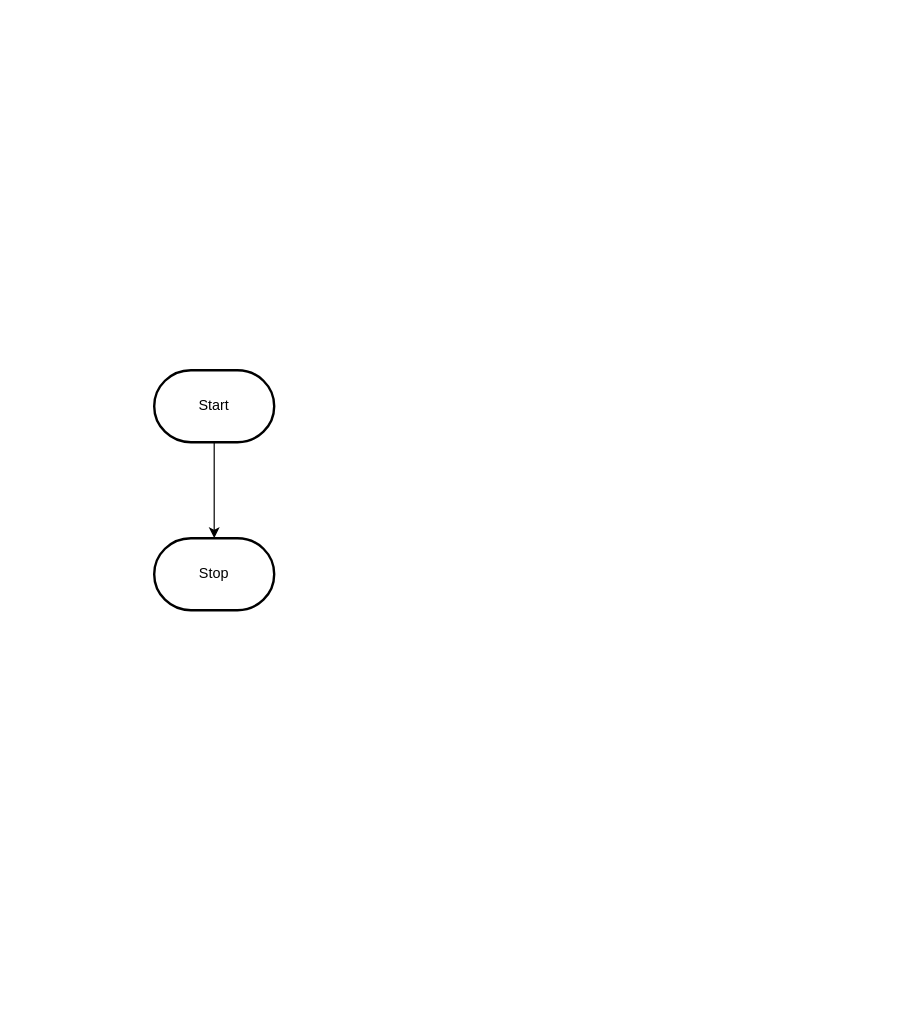
This is design/flowchart.drawio from MTHS-ICS2O-2-2022/ICS2O-Unit-5-03-lamees-hemdan, a draw.io file, before an edit. Source tidied: cells renumbered, new cells numbered last; positions are measured from the earlier drawing's top-left corner, leaving out a move shared by most shapes. Both pictures are drawn from the tidied source at 120%, with x=0, y=0 at pixel (154, 370).
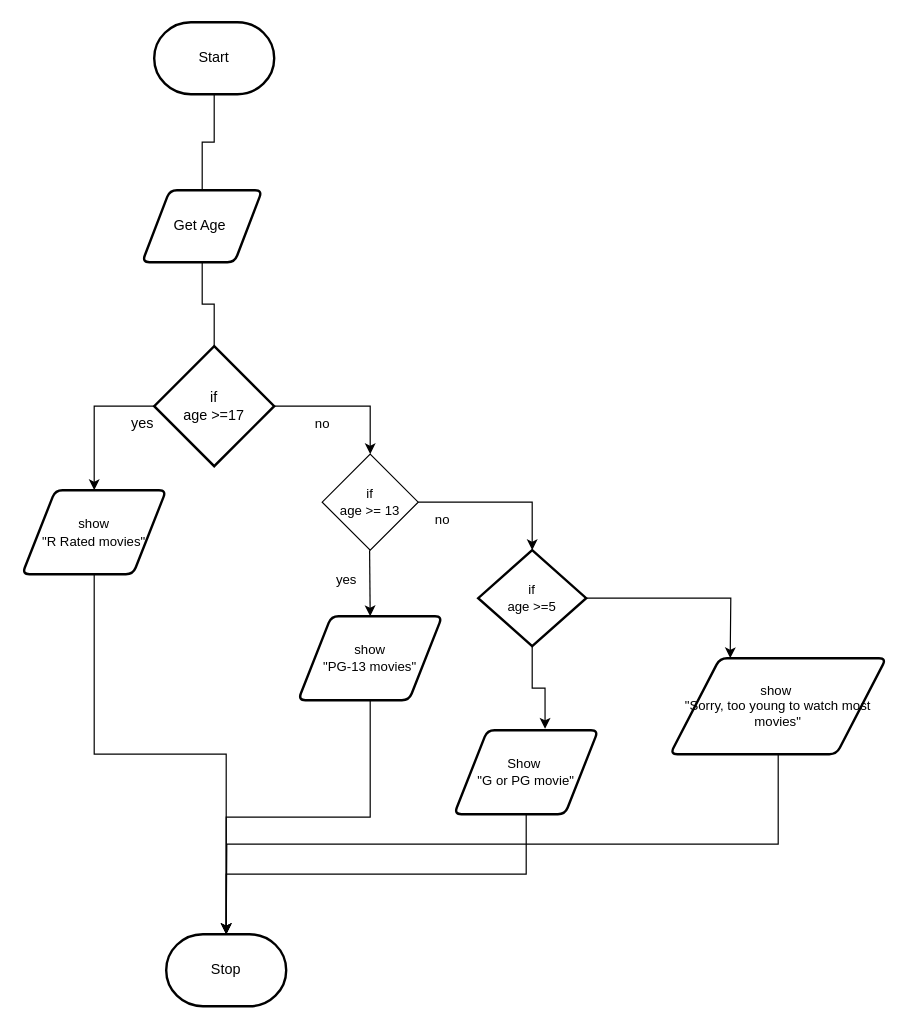
After the change.

What changed in the source:
```diff
@@
-    <mxCell id="2" style="edgeStyle=orthogonalEdgeStyle;html=1;rounded=0;" parent="1" edge="1" source="3" target="4">
-      <mxGeometry relative="1" as="geometry" />
+    <mxCell id="2" style="edgeStyle=orthogonalEdgeStyle;html=1;rounded=0;startArrow=none;exitX=1;exitY=0.5;exitDx=0;exitDy=0;exitPerimeter=0;" parent="1" edge="1" source="9" target="14">
+      <mxGeometry relative="1" as="geometry">
+        <Array as="points">
+          <mxPoint x="180" y="30" />
+        </Array>
+      </mxGeometry>
     </mxCell>
     <mxCell id="3" value="Start" style="strokeWidth=2;html=1;shape=mxgraph.flowchart.terminator;whiteSpace=wrap;" parent="1" vertex="1">
-      <mxGeometry width="100" height="60" as="geometry" />
+      <mxGeometry y="-290" width="100" height="60" as="geometry" />
     </mxCell>
     <mxCell id="4" value="Stop" style="strokeWidth=2;html=1;shape=mxgraph.flowchart.terminator;whiteSpace=wrap;" parent="1" vertex="1">
-      <mxGeometry y="140" width="100" height="60" as="geometry" />
+      <mxGeometry x="10" y="470" width="100" height="60" as="geometry" />
     </mxCell>
+    <mxCell id="5" style="edgeStyle=orthogonalEdgeStyle;html=1;rounded=0;endArrow=none;" parent="1" edge="1" source="3" target="6">
+      <mxGeometry relative="1" as="geometry" />
+    </mxCell>
+    <mxCell id="6" value="Get Age&amp;nbsp;" style="shape=parallelogram;html=1;strokeWidth=2;perimeter=parallelogramPerimeter;whiteSpace=wrap;rounded=1;arcSize=12;size=0.23;" parent="1" vertex="1">
+      <mxGeometry x="-10" y="-150" width="100" height="60" as="geometry" />
+    </mxCell>
+    <mxCell id="7" style="edgeStyle=orthogonalEdgeStyle;html=1;rounded=0;startArrow=none;endArrow=none;" parent="1" edge="1" source="6" target="9">
+      <mxGeometry relative="1" as="geometry" />
+    </mxCell>
+    <mxCell id="8" style="edgeStyle=orthogonalEdgeStyle;html=1;exitX=0;exitY=0.5;exitDx=0;exitDy=0;exitPerimeter=0;rounded=0;entryX=0.5;entryY=0;entryDx=0;entryDy=0;" parent="1" edge="1" source="9" target="12">
+      <mxGeometry relative="1" as="geometry" />
+    </mxCell>
+    <mxCell id="9" value="if&lt;br&gt;age &amp;gt;=17" style="strokeWidth=2;html=1;shape=mxgraph.flowchart.decision;whiteSpace=wrap;" parent="1" vertex="1">
+      <mxGeometry y="-20" width="100" height="100" as="geometry" />
+    </mxCell>
+    <mxCell id="10" value="yes" style="text;html=1;align=center;verticalAlign=middle;strokeColor=none;fillColor=none;" parent="1" vertex="1">
+      <mxGeometry x="-30" y="30" width="40" height="30" as="geometry" />
+    </mxCell>
+    <mxCell id="11" style="edgeStyle=orthogonalEdgeStyle;rounded=0;html=1;exitX=0.5;exitY=1;exitDx=0;exitDy=0;fontSize=11;entryX=0.5;entryY=0;entryDx=0;entryDy=0;entryPerimeter=0;" parent="1" edge="1" source="12" target="4">
+      <mxGeometry relative="1" as="geometry" />
+    </mxCell>
+    <mxCell id="12" value="&lt;font style=&quot;font-size: 11px;&quot;&gt;show&lt;br&gt;&quot;R Rated movies&quot;&lt;/font&gt;" style="shape=parallelogram;html=1;strokeWidth=2;perimeter=parallelogramPerimeter;whiteSpace=wrap;rounded=1;arcSize=12;size=0.23;" parent="1" vertex="1">
+      <mxGeometry x="-110" y="100" width="120" height="70" as="geometry" />
+    </mxCell>
+    <mxCell id="13" value="no" style="text;html=1;align=center;verticalAlign=middle;strokeColor=none;fillColor=none;fontSize=11;" parent="1" vertex="1">
+      <mxGeometry x="120" y="30" width="40" height="30" as="geometry" />
+    </mxCell>
+    <mxCell id="14" value="if&lt;br&gt;age &amp;gt;= 13" style="rhombus;whiteSpace=wrap;html=1;fontSize=11;" parent="1" vertex="1">
+      <mxGeometry x="140" y="70" width="80" height="80" as="geometry" />
+    </mxCell>
+    <mxCell id="15" style="endArrow=classic;html=1;rounded=0;fontSize=11;entryX=0.5;entryY=0;entryDx=0;entryDy=0;edgeStyle=orthogonalEdgeStyle;" parent="1" edge="1" target="16">
+      <mxGeometry relative="1" as="geometry">
+        <mxPoint x="179.5" y="150" as="sourcePoint" />
+      </mxGeometry>
+    </mxCell>
+    <mxCell id="16" value="show&lt;br&gt;&quot;PG-13 movies&quot;" style="shape=parallelogram;html=1;strokeWidth=2;perimeter=parallelogramPerimeter;whiteSpace=wrap;rounded=1;arcSize=12;size=0.23;fontSize=11;" parent="1" vertex="1">
+      <mxGeometry x="120" y="205" width="120" height="70" as="geometry" />
+    </mxCell>
+    <mxCell id="17" value="yes" style="text;html=1;align=center;verticalAlign=middle;strokeColor=none;fillColor=none;fontSize=11;" parent="1" vertex="1">
+      <mxGeometry x="140" y="160" width="40" height="30" as="geometry" />
+    </mxCell>
+    <mxCell id="18" style="endArrow=classic;html=1;rounded=0;fontSize=11;exitX=1;exitY=0.5;exitDx=0;exitDy=0;edgeStyle=orthogonalEdgeStyle;entryX=0.5;entryY=0;entryDx=0;entryDy=0;entryPerimeter=0;" parent="1" edge="1" source="14" target="23">
+      <mxGeometry relative="1" as="geometry" />
+    </mxCell>
+    <mxCell id="19" value="no" style="text;html=1;align=center;verticalAlign=middle;strokeColor=none;fillColor=none;fontSize=11;" parent="1" vertex="1">
+      <mxGeometry x="220" y="110" width="40" height="30" as="geometry" />
+    </mxCell>
+    <mxCell id="20" style="endArrow=classic;html=1;rounded=0;fontSize=11;entryX=0.5;entryY=0;entryDx=0;entryDy=0;entryPerimeter=0;exitX=0.5;exitY=1;exitDx=0;exitDy=0;edgeStyle=orthogonalEdgeStyle;" parent="1" edge="1" source="16" target="4">
+      <mxGeometry relative="1" as="geometry" />
+    </mxCell>
+    <mxCell id="21" style="edgeStyle=orthogonalEdgeStyle;rounded=0;html=1;exitX=0.5;exitY=1;exitDx=0;exitDy=0;exitPerimeter=0;fontSize=11;entryX=0.631;entryY=-0.017;entryDx=0;entryDy=0;entryPerimeter=0;" parent="1" edge="1" source="23" target="27">
+      <mxGeometry relative="1" as="geometry" />
+    </mxCell>
+    <mxCell id="22" style="edgeStyle=orthogonalEdgeStyle;rounded=0;html=1;exitX=1;exitY=0.5;exitDx=0;exitDy=0;exitPerimeter=0;fontSize=11;" parent="1" edge="1" source="23">
+      <mxGeometry relative="1" as="geometry">
+        <mxPoint x="480" y="240" as="targetPoint" />
+      </mxGeometry>
+    </mxCell>
+    <mxCell id="23" value="if&lt;br&gt;age &amp;gt;=5" style="strokeWidth=2;html=1;shape=mxgraph.flowchart.decision;whiteSpace=wrap;fontSize=11;" parent="1" vertex="1">
+      <mxGeometry x="270" y="150" width="90" height="80" as="geometry" />
+    </mxCell>
+    <mxCell id="24" style="edgeStyle=orthogonalEdgeStyle;rounded=0;html=1;exitX=0.5;exitY=1;exitDx=0;exitDy=0;fontSize=11;" parent="1" edge="1" source="25">
+      <mxGeometry relative="1" as="geometry">
+        <mxPoint x="60" y="470" as="targetPoint" />
+      </mxGeometry>
+    </mxCell>
+    <mxCell id="25" value="&lt;font style=&quot;font-size: 11px;&quot;&gt;show&amp;nbsp;&lt;br&gt;&quot;Sorry, too young to watch most movies&quot;&lt;/font&gt;" style="shape=parallelogram;html=1;strokeWidth=2;perimeter=parallelogramPerimeter;whiteSpace=wrap;rounded=1;arcSize=12;size=0.23;fontSize=11;" parent="1" vertex="1">
+      <mxGeometry x="430" y="240" width="180" height="80" as="geometry" />
+    </mxCell>
+    <mxCell id="26" style="edgeStyle=orthogonalEdgeStyle;rounded=0;html=1;exitX=0.5;exitY=1;exitDx=0;exitDy=0;entryX=0.5;entryY=0;entryDx=0;entryDy=0;entryPerimeter=0;fontSize=11;" parent="1" edge="1" source="27" target="4">
+      <mxGeometry relative="1" as="geometry" />
+    </mxCell>
+    <mxCell id="27" value="Show&amp;nbsp;&lt;br&gt;&quot;G or PG movie&quot;" style="shape=parallelogram;html=1;strokeWidth=2;perimeter=parallelogramPerimeter;whiteSpace=wrap;rounded=1;arcSize=12;size=0.23;fontSize=11;" parent="1" vertex="1">
+      <mxGeometry x="250" y="300" width="120" height="70" as="geometry" />
+    </mxCell>
```
